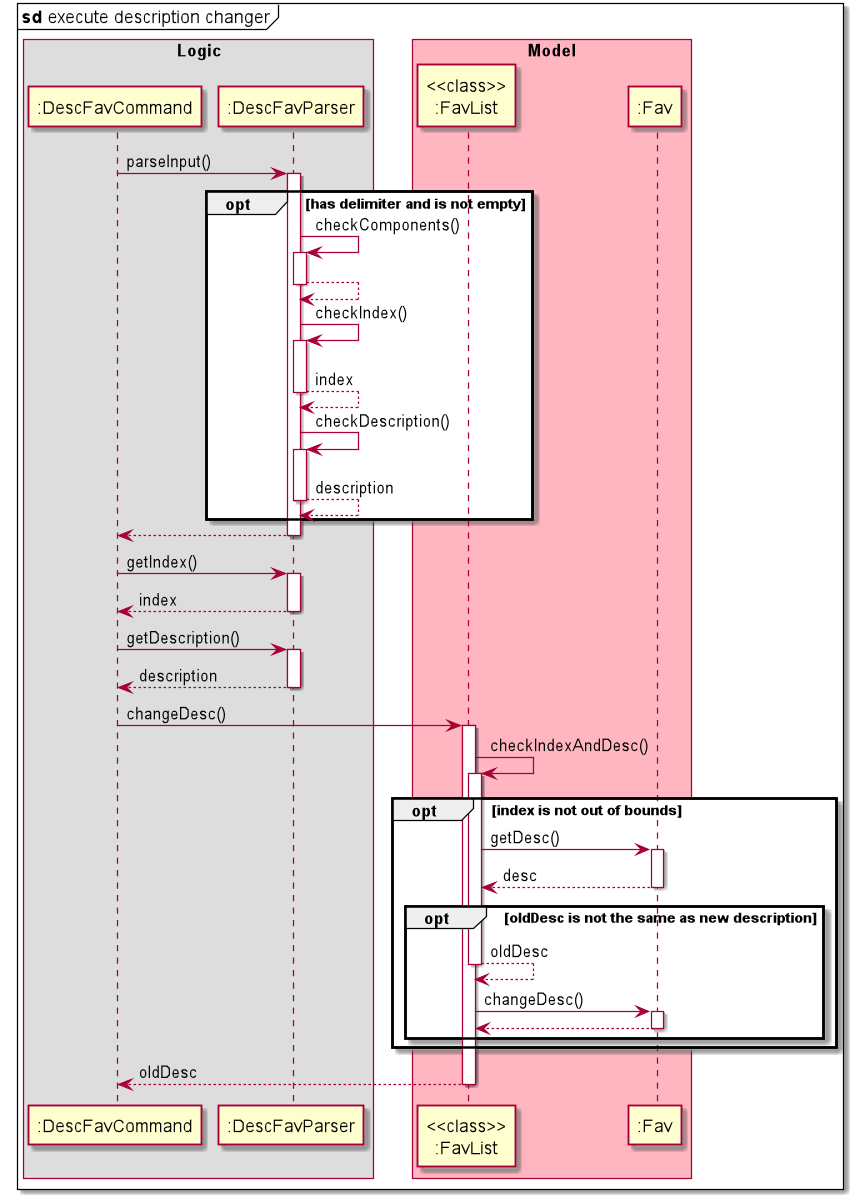
This is docs/DG_Diagrams/descFavInternal.png from nus-cs2113-AY2021S1/tp, a PlantUML export, as it was before one commit. Source of this version:
```plantuml
@startuml
mainframe **sd** execute description changer
skinparam BoxPadding 10
box Logic
":DescFavCommand" -> ":DescFavParser": parseInput()
activate ":DescFavParser"
opt has delimiter and is not empty
":DescFavParser" -> ":DescFavParser":checkComponents()
activate ":DescFavParser"
":DescFavParser" <-- ":DescFavParser"
deactivate ":DescFavParser"
":DescFavParser" -> ":DescFavParser":checkIndex()
activate ":DescFavParser"
":DescFavParser" <-- ":DescFavParser": index
deactivate ":DescFavParser"
":DescFavParser" -> ":DescFavParser":checkDescription()
activate ":DescFavParser"
":DescFavParser" <-- ":DescFavParser": description
deactivate ":DescFavParser"
end

":DescFavCommand" <-- ":DescFavParser":
deactivate ":DescFavParser"

":DescFavCommand" -> ":DescFavParser": getIndex()
activate ":DescFavParser"
":DescFavCommand" <-- ":DescFavParser": index
deactivate ":DescFavParser"

":DescFavCommand" -> ":DescFavParser": getDescription()
activate ":DescFavParser"
":DescFavCommand" <-- ":DescFavParser": description
deactivate ":DescFavParser"
end box

box Model#lightPink
":DescFavCommand" -> "<<class>>\n:FavList": changeDesc()
activate "<<class>>\n:FavList"

"<<class>>\n:FavList" -> "<<class>>\n:FavList" : checkIndexAndDesc()
activate "<<class>>\n:FavList"
opt index is not out of bounds
"<<class>>\n:FavList" -> ":Fav" : getDesc()
activate ":Fav"
"<<class>>\n:FavList" <-- ":Fav" : desc
deactivate ":Fav"
opt oldDesc is not the same as new description
"<<class>>\n:FavList" <-- "<<class>>\n:FavList" : oldDesc
deactivate "<<class>>\n:FavList"

"<<class>>\n:FavList" -> ":Fav" : changeDesc()
activate ":Fav"
"<<class>>\n:FavList" <-- ":Fav"
deactivate ":Fav"
end
end

":DescFavCommand" <-- "<<class>>\n:FavList": oldDesc
deactivate "<<class>>\n:FavList"
end box
@enduml
```
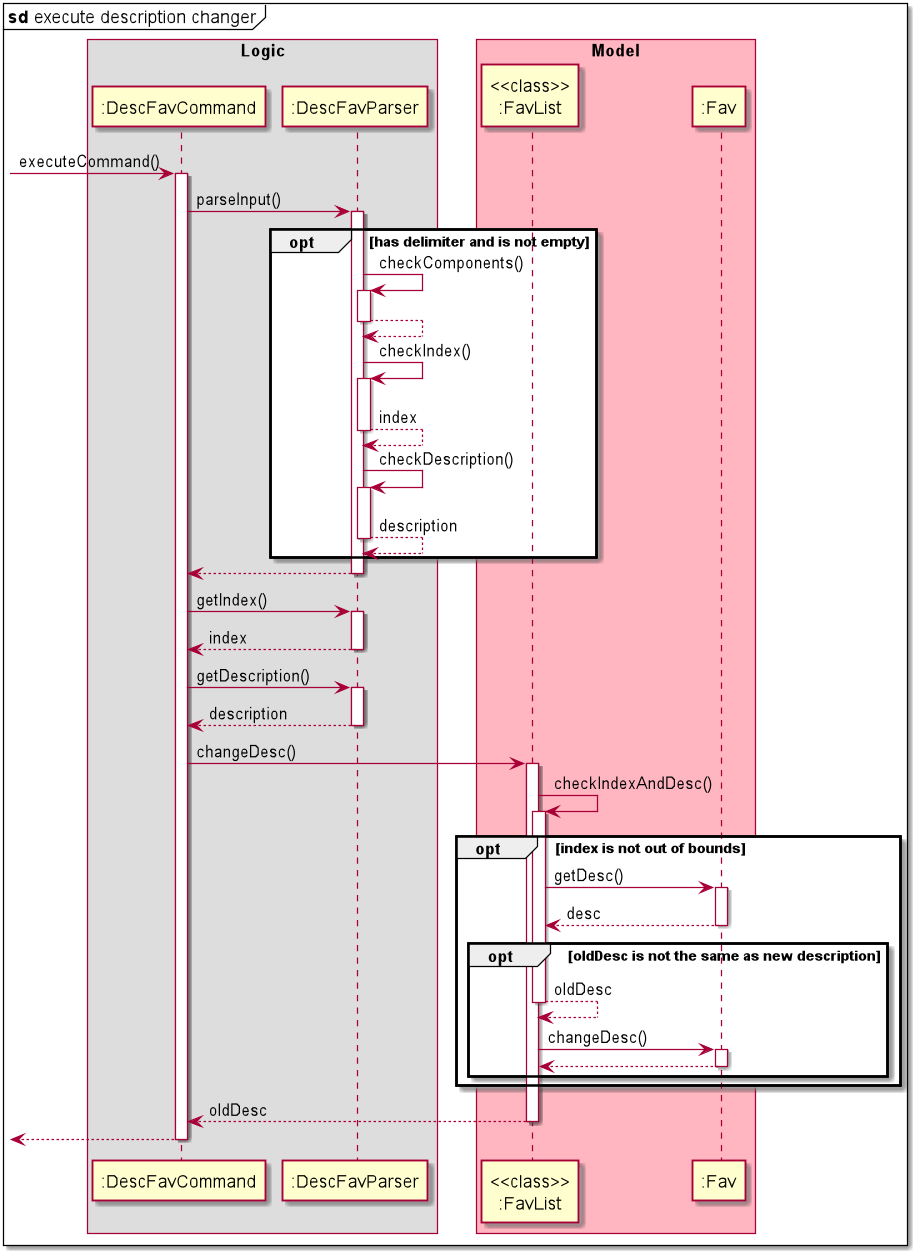
Above is the later version.

Diff of the diagram source:
```diff
@@ -2,6 +2,8 @@
 mainframe **sd** execute description changer
 skinparam BoxPadding 10
 box Logic
+[->":DescFavCommand":executeCommand()
+activate ":DescFavCommand"
 ":DescFavCommand" -> ":DescFavParser": parseInput()
 activate ":DescFavParser"
 opt has delimiter and is not empty
@@ -58,4 +60,6 @@
 ":DescFavCommand" <-- "<<class>>\n:FavList": oldDesc
 deactivate "<<class>>\n:FavList"
 end box
+[<--":DescFavCommand"
+deactivate ":DescFavCommand"
 @enduml
```
